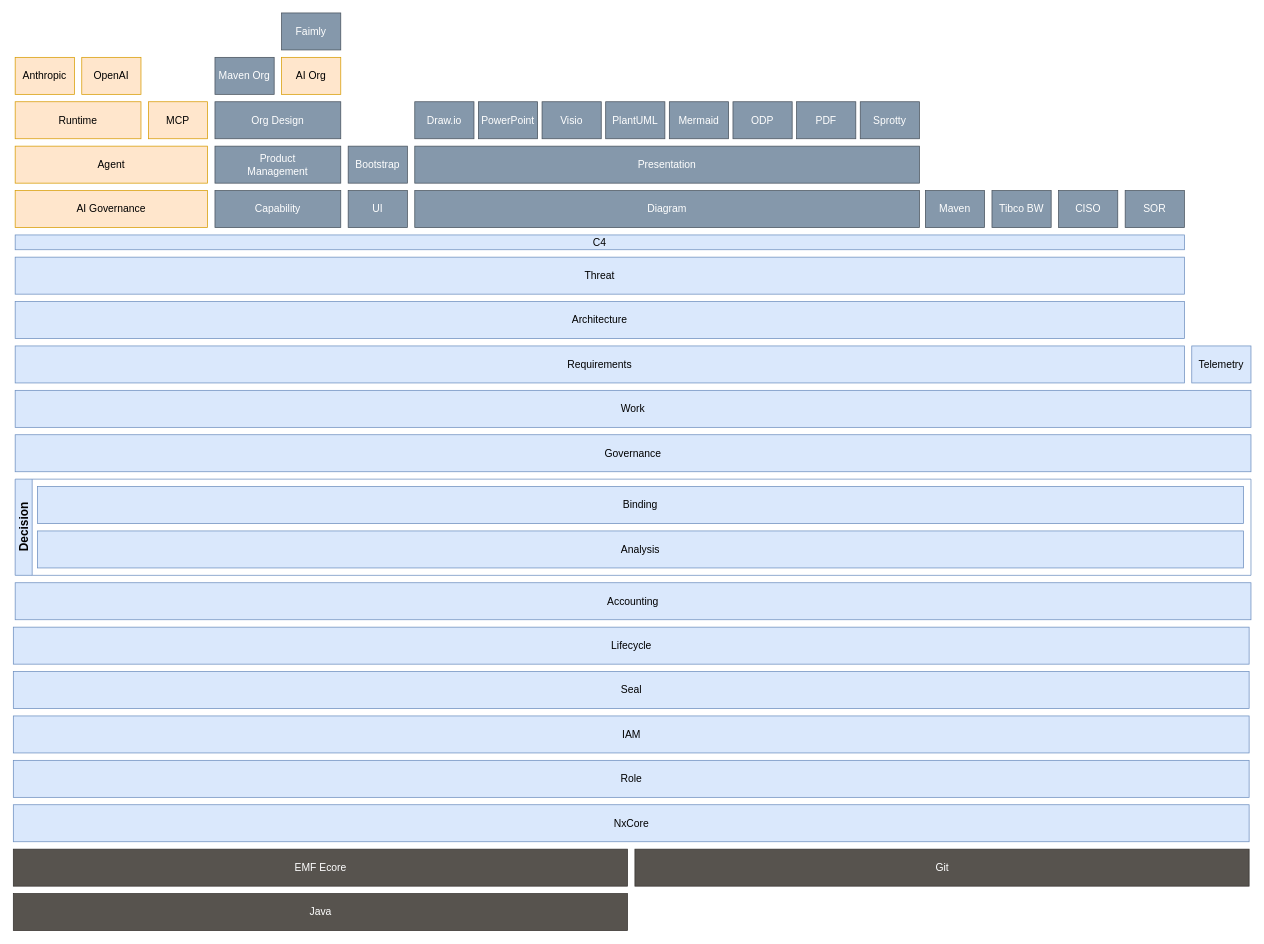
Before: model-tower.drawio in Nasdanika/nasdanika.com, a draw.io diagram. Source tidied: cells renumbered, new cells numbered last; positions are measured from the earlier drawing's top-left corner, leaving out a move shared by most shapes. Both pictures are drawn from the tidied source at 74%, with x=0, y=0 at pixel (13, 13).
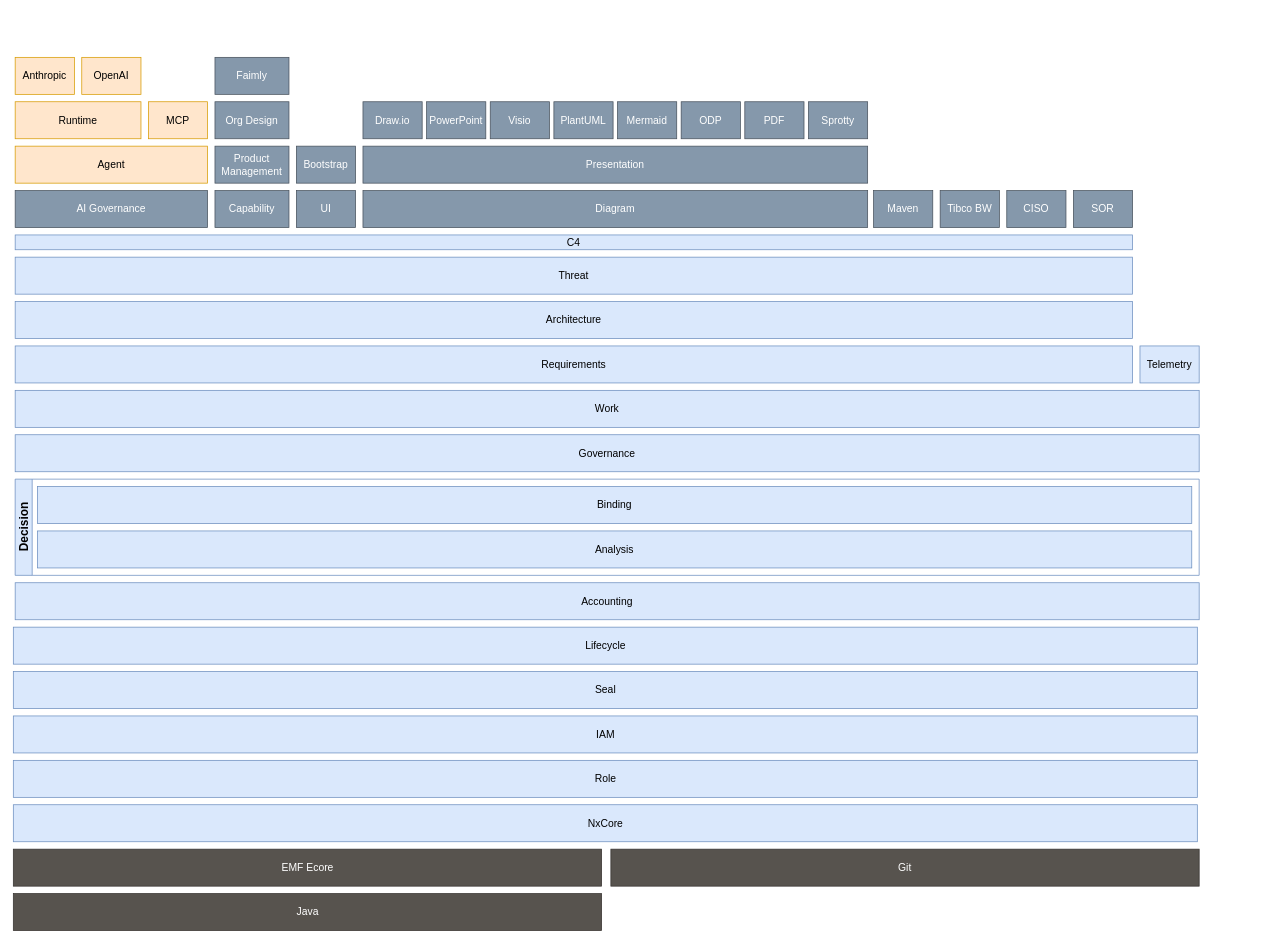
The same diagram, later.

Commit message (it also covers changes not shown here):
Tower refinement

What changed in the source:
```diff
@@
     <mxCell id="2" value="NxCore" style="rounded=0;whiteSpace=wrap;html=1;fillColor=#dae8fc;strokeColor=#6c8ebf;fontSize=14;" parent="1" vertex="1">
-      <mxGeometry x="-0.5" y="1070" width="1670" height="50" as="geometry" />
+      <mxGeometry x="-0.5" y="1070" width="1600" height="50" as="geometry" />
     </mxCell>
     <mxCell id="3" value="Role" style="rounded=0;whiteSpace=wrap;html=1;fillColor=#dae8fc;strokeColor=#6c8ebf;fontSize=14;" parent="1" vertex="1">
-      <mxGeometry x="-0.5" y="1010" width="1670" height="50" as="geometry" />
+      <mxGeometry x="-0.5" y="1010" width="1600" height="50" as="geometry" />
     </mxCell>
     <mxCell id="4" value="IAM" style="rounded=0;whiteSpace=wrap;html=1;fillColor=#dae8fc;strokeColor=#6c8ebf;fontSize=14;" parent="1" vertex="1">
-      <mxGeometry x="-0.5" y="950" width="1670" height="50" as="geometry" />
+      <mxGeometry x="-0.5" y="950" width="1600" height="50" as="geometry" />
     </mxCell>
     <mxCell id="5" value="Lifecycle" style="rounded=0;whiteSpace=wrap;html=1;fillColor=#dae8fc;strokeColor=#6c8ebf;fontSize=14;" parent="1" vertex="1">
-      <mxGeometry x="-0.5" y="830" width="1670" height="50" as="geometry" />
+      <mxGeometry x="-0.5" y="830" width="1600" height="50" as="geometry" />
     </mxCell>
     <mxCell id="6" value="Governance" style="rounded=0;whiteSpace=wrap;html=1;fillColor=#dae8fc;strokeColor=#6c8ebf;fontSize=14;" parent="1" vertex="1">
-      <mxGeometry x="2" y="570" width="1670" height="50" as="geometry" />
+      <mxGeometry x="2" y="570" width="1600" height="50" as="geometry" />
     </mxCell>
     <mxCell id="7" value="Work" style="rounded=0;whiteSpace=wrap;html=1;fillColor=#dae8fc;strokeColor=#6c8ebf;fontSize=14;" parent="1" vertex="1">
-      <mxGeometry x="2" y="510" width="1670" height="50" as="geometry" />
+      <mxGeometry x="2" y="510" width="1600" height="50" as="geometry" />
     </mxCell>
     <mxCell id="8" value="Architecture" style="rounded=0;whiteSpace=wrap;html=1;fillColor=#dae8fc;strokeColor=#6c8ebf;fontSize=14;" parent="1" vertex="1">
-      <mxGeometry x="2" y="390" width="1580" height="50" as="geometry" />
+      <mxGeometry x="2" y="390" width="1510" height="50" as="geometry" />
     </mxCell>
     <mxCell id="9" value="Threat" style="rounded=0;whiteSpace=wrap;html=1;fillColor=#dae8fc;strokeColor=#6c8ebf;fontSize=14;" parent="1" vertex="1">
-      <mxGeometry x="2" y="330" width="1580" height="50" as="geometry" />
+      <mxGeometry x="2" y="330" width="1510" height="50" as="geometry" />
     </mxCell>
-    <mxCell id="10" value="Org Design" style="rounded=0;whiteSpace=wrap;html=1;fillColor=#8598AB;strokeColor=#47515C;fontColor=#FFFFFF;fontSize=14;" parent="1" vertex="1">
-      <mxGeometry x="272" y="120" width="170" height="50" as="geometry" />
+    <mxCell id="10" value="Org Design" style="rounded=0;whiteSpace=wrap;html=1;fillColor=#8598AB;strokeColor=#47515C;fontSize=14;align=center;verticalAlign=middle;fontFamily=Helvetica;fontColor=#FFFFFF;" parent="1" vertex="1">
+      <mxGeometry x="272" y="120" width="100" height="50" as="geometry" />
     </mxCell>
@@
     <mxCell id="16" value="UI" style="rounded=0;whiteSpace=wrap;html=1;fillColor=#8598AB;strokeColor=#47515C;fontColor=#FFFFFF;fontSize=14;" parent="1" vertex="1">
-      <mxGeometry x="452" y="240" width="80" height="50" as="geometry" />
+      <mxGeometry x="382" y="240" width="80" height="50" as="geometry" />
     </mxCell>
     <mxCell id="17" value="Bootstrap" style="rounded=0;whiteSpace=wrap;html=1;fillColor=#8598AB;strokeColor=#47515C;fontColor=#FFFFFF;fontSize=14;" parent="1" vertex="1">
-      <mxGeometry x="452" y="180" width="80" height="50" as="geometry" />
+      <mxGeometry x="382" y="180" width="80" height="50" as="geometry" />
     </mxCell>
     <mxCell id="18" value="Capability" style="rounded=0;whiteSpace=wrap;html=1;fillColor=#8598AB;strokeColor=#47515C;fontColor=#FFFFFF;fontSize=14;" parent="1" vertex="1">
-      <mxGeometry x="272" y="240" width="170" height="50" as="geometry" />
+      <mxGeometry x="272" y="240" width="100" height="50" as="geometry" />
     </mxCell>
     <mxCell id="19" value="Product&lt;div&gt;Management&lt;/div&gt;" style="rounded=0;whiteSpace=wrap;html=1;fillColor=#8598AB;strokeColor=#47515C;fontColor=#FFFFFF;fontSize=14;" parent="1" vertex="1">
-      <mxGeometry x="272" y="180" width="170" height="50" as="geometry" />
+      <mxGeometry x="272" y="180" width="100" height="50" as="geometry" />
     </mxCell>
     <mxCell id="20" value="Diagram" style="rounded=0;whiteSpace=wrap;html=1;fillColor=#8598AB;strokeColor=#47515C;fontColor=#FFFFFF;fontSize=14;" parent="1" vertex="1">
-      <mxGeometry x="542" y="240" width="682" height="50" as="geometry" />
+      <mxGeometry x="472" y="240" width="682" height="50" as="geometry" />
     </mxCell>
     <mxCell id="21" value="Sprotty" style="rounded=0;whiteSpace=wrap;html=1;fillColor=#8598AB;strokeColor=#47515C;fontColor=#FFFFFF;fontSize=14;" parent="1" vertex="1">
-      <mxGeometry x="1144" y="120" width="80" height="50" as="geometry" />
+      <mxGeometry x="1074" y="120" width="80" height="50" as="geometry" />
     </mxCell>
     <mxCell id="22" value="Presentation" style="rounded=0;whiteSpace=wrap;html=1;fillColor=#8598AB;strokeColor=#47515C;fontColor=#FFFFFF;fontSize=14;" parent="1" vertex="1">
-      <mxGeometry x="542" y="180" width="682" height="50" as="geometry" />
+      <mxGeometry x="472" y="180" width="682" height="50" as="geometry" />
     </mxCell>
     <mxCell id="23" value="Draw.io" style="rounded=0;whiteSpace=wrap;html=1;fillColor=#8598AB;strokeColor=#47515C;fontColor=#FFFFFF;fontSize=14;" parent="1" vertex="1">
-      <mxGeometry x="542" y="120" width="80" height="50" as="geometry" />
+      <mxGeometry x="472" y="120" width="80" height="50" as="geometry" />
     </mxCell>
     <mxCell id="24" value="PowerPoint" style="rounded=0;whiteSpace=wrap;html=1;fillColor=#8598AB;strokeColor=#47515C;fontColor=#FFFFFF;fontSize=14;" parent="1" vertex="1">
-      <mxGeometry x="628" y="120" width="80" height="50" as="geometry" />
+      <mxGeometry x="558" y="120" width="80" height="50" as="geometry" />
     </mxCell>
     <mxCell id="25" value="PlantUML" style="rounded=0;whiteSpace=wrap;html=1;fillColor=#8598AB;strokeColor=#47515C;fontColor=#FFFFFF;fontSize=14;" parent="1" vertex="1">
-      <mxGeometry x="800" y="120" width="80" height="50" as="geometry" />
+      <mxGeometry x="730" y="120" width="80" height="50" as="geometry" />
     </mxCell>
     <mxCell id="26" value="ODP" style="rounded=0;whiteSpace=wrap;html=1;fillColor=#8598AB;strokeColor=#47515C;fontColor=#FFFFFF;fontSize=14;" parent="1" vertex="1">
-      <mxGeometry x="972" y="120" width="80" height="50" as="geometry" />
+      <mxGeometry x="902" y="120" width="80" height="50" as="geometry" />
     </mxCell>
     <mxCell id="27" value="Visio" style="rounded=0;whiteSpace=wrap;html=1;fillColor=#8598AB;strokeColor=#47515C;fontColor=#FFFFFF;fontSize=14;" parent="1" vertex="1">
-      <mxGeometry x="714" y="120" width="80" height="50" as="geometry" />
+      <mxGeometry x="644" y="120" width="80" height="50" as="geometry" />
     </mxCell>
-    <mxCell id="28" value="AI&amp;nbsp;&lt;span style=&quot;background-color: transparent; color: light-dark(rgb(0, 0, 0), rgb(255, 255, 255));&quot;&gt;Governance&lt;/span&gt;" style="rounded=0;whiteSpace=wrap;html=1;fillColor=#ffe6cc;strokeColor=#d79b00;fontSize=14;" parent="1" vertex="1">
+    <mxCell id="28" value="AI Governance" style="rounded=0;whiteSpace=wrap;html=1;fillColor=#8598AB;strokeColor=#47515C;fontSize=14;align=center;verticalAlign=middle;fontFamily=Helvetica;fontColor=#FFFFFF;" parent="1" vertex="1">
       <mxGeometry x="2" y="240" width="260" height="50" as="geometry" />
     </mxCell>
     <mxCell id="29" value="PDF" style="rounded=0;whiteSpace=wrap;html=1;fillColor=#8598AB;strokeColor=#47515C;fontColor=#FFFFFF;fontSize=14;" parent="1" vertex="1">
-      <mxGeometry x="1058" y="120" width="80" height="50" as="geometry" />
+      <mxGeometry x="988" y="120" width="80" height="50" as="geometry" />
     </mxCell>
     <mxCell id="30" value="Git" style="rounded=0;whiteSpace=wrap;html=1;fillColor=#57534E;fontColor=#ffffff;strokeColor=#363330;fontSize=14;" parent="1" vertex="1">
-      <mxGeometry x="839.5" y="1130" width="830" height="50" as="geometry" />
+      <mxGeometry x="807" y="1130" width="795" height="50" as="geometry" />
     </mxCell>
     <mxCell id="31" value="Seal" style="rounded=0;whiteSpace=wrap;html=1;fillColor=#dae8fc;strokeColor=#6c8ebf;fontSize=14;" parent="1" vertex="1">
-      <mxGeometry x="-0.5" y="890" width="1670" height="50" as="geometry" />
+      <mxGeometry x="-0.5" y="890" width="1600" height="50" as="geometry" />
     </mxCell>
     <mxCell id="32" value="Maven" style="rounded=0;whiteSpace=wrap;html=1;fillColor=#8598AB;strokeColor=#47515C;fontColor=#FFFFFF;fontSize=14;" parent="1" vertex="1">
-      <mxGeometry x="1232" y="240" width="80" height="50" as="geometry" />
+      <mxGeometry x="1162" y="240" width="80" height="50" as="geometry" />
     </mxCell>
-    <mxCell id="33" value="Maven Org" style="rounded=0;whiteSpace=wrap;html=1;fillColor=#8598AB;strokeColor=#47515C;fontColor=#FFFFFF;fontSize=14;" parent="1" vertex="1">
-      <mxGeometry x="272" y="60" width="80" height="50" as="geometry" />
-    </mxCell>
     <mxCell id="34" value="EMF Ecore" style="rounded=0;whiteSpace=wrap;html=1;fillColor=#57534E;fontColor=#ffffff;strokeColor=#363330;fontSize=14;" parent="1" vertex="1">
-      <mxGeometry x="-0.5" y="1130" width="830" height="50" as="geometry" />
+      <mxGeometry x="-0.5" y="1130" width="795" height="50" as="geometry" />
     </mxCell>
     <mxCell id="35" value="Java" style="rounded=0;whiteSpace=wrap;html=1;fillColor=#57534E;fontColor=#ffffff;strokeColor=#363330;fontSize=14;" parent="1" vertex="1">
-      <mxGeometry x="-0.5" y="1190" width="830" height="50" as="geometry" />
+      <mxGeometry x="-0.5" y="1190" width="795" height="50" as="geometry" />
     </mxCell>
-    <mxCell id="36" value="AI&amp;nbsp;&lt;span style=&quot;background-color: transparent; color: light-dark(rgb(0, 0, 0), rgb(255, 255, 255));&quot;&gt;Org&lt;/span&gt;" style="rounded=0;whiteSpace=wrap;html=1;fillColor=#ffe6cc;strokeColor=#d79b00;fontSize=14;" parent="1" vertex="1">
-      <mxGeometry x="362" y="60" width="80" height="50" as="geometry" />
-    </mxCell>
     <mxCell id="37" value="Tibco BW" style="rounded=0;whiteSpace=wrap;html=1;fillColor=#8598AB;strokeColor=#47515C;fontColor=#FFFFFF;fontSize=14;" parent="1" vertex="1">
-      <mxGeometry x="1322" y="240" width="80" height="50" as="geometry" />
+      <mxGeometry x="1252" y="240" width="80" height="50" as="geometry" />
     </mxCell>
     <mxCell id="38" value="SOR" style="rounded=0;whiteSpace=wrap;html=1;fillColor=#8598AB;strokeColor=#47515C;fontColor=#FFFFFF;fontSize=14;" parent="1" vertex="1">
-      <mxGeometry x="1502" y="240" width="80" height="50" as="geometry" />
+      <mxGeometry x="1432" y="240" width="80" height="50" as="geometry" />
     </mxCell>
     <mxCell id="39" value="CISO" style="rounded=0;whiteSpace=wrap;html=1;fillColor=#8598AB;strokeColor=#47515C;fontColor=#FFFFFF;fontSize=14;" parent="1" vertex="1">
-      <mxGeometry x="1412" y="240" width="80" height="50" as="geometry" />
+      <mxGeometry x="1342" y="240" width="80" height="50" as="geometry" />
     </mxCell>
     <mxCell id="40" value="Decision" style="swimlane;horizontal=0;whiteSpace=wrap;html=1;fillColor=#dae8fc;strokeColor=#6c8ebf;fontSize=16;" parent="1" vertex="1">
-      <mxGeometry x="2" y="630" width="1670" height="130" as="geometry" />
+      <mxGeometry x="2" y="630" width="1600" height="130" as="geometry" />
     </mxCell>
     <mxCell id="41" value="Analysis" style="rounded=0;whiteSpace=wrap;html=1;fillColor=#dae8fc;strokeColor=#6c8ebf;fontSize=14;" parent="40" vertex="1">
-      <mxGeometry x="30" y="70" width="1630" height="50" as="geometry" />
+      <mxGeometry x="30" y="70" width="1560" height="50" as="geometry" />
     </mxCell>
     <mxCell id="42" value="Binding" style="rounded=0;whiteSpace=wrap;html=1;fillColor=#dae8fc;strokeColor=#6c8ebf;fontSize=14;" parent="40" vertex="1">
-      <mxGeometry x="30" y="10" width="1630" height="50" as="geometry" />
+      <mxGeometry x="30" y="10" width="1560" height="50" as="geometry" />
     </mxCell>
     <mxCell id="43" value="Requirements" style="rounded=0;whiteSpace=wrap;html=1;fillColor=#dae8fc;strokeColor=#6c8ebf;fontSize=14;" parent="1" vertex="1">
-      <mxGeometry x="2" y="450" width="1580" height="50" as="geometry" />
+      <mxGeometry x="2" y="450" width="1510" height="50" as="geometry" />
     </mxCell>
     <mxCell id="44" value="Accounting" style="rounded=0;whiteSpace=wrap;html=1;fillColor=#dae8fc;strokeColor=#6c8ebf;fontSize=14;" parent="1" vertex="1">
-      <mxGeometry x="2" y="770" width="1670" height="50" as="geometry" />
+      <mxGeometry x="2" y="770" width="1600" height="50" as="geometry" />
     </mxCell>
     <mxCell id="45" value="C4" style="rounded=0;whiteSpace=wrap;html=1;fillColor=#dae8fc;strokeColor=#6c8ebf;fontSize=14;" parent="1" vertex="1">
-      <mxGeometry x="2" y="300" width="1580" height="20" as="geometry" />
+      <mxGeometry x="2" y="300" width="1510" height="20" as="geometry" />
     </mxCell>
     <mxCell id="46" value="Telemetry" style="rounded=0;whiteSpace=wrap;html=1;fillColor=#dae8fc;strokeColor=#6c8ebf;fontSize=14;" parent="1" vertex="1">
-      <mxGeometry x="1592" y="450" width="80" height="50" as="geometry" />
+      <mxGeometry x="1522" y="450" width="80" height="50" as="geometry" />
     </mxCell>
     <mxCell id="47" value="Mermaid" style="rounded=0;whiteSpace=wrap;html=1;fillColor=#8598AB;strokeColor=#47515C;fontColor=#FFFFFF;fontSize=14;" parent="1" vertex="1">
-      <mxGeometry x="886" y="120" width="80" height="50" as="geometry" />
+      <mxGeometry x="816" y="120" width="80" height="50" as="geometry" />
     </mxCell>
-    <mxCell id="48" value="Faimly" style="rounded=0;whiteSpace=wrap;html=1;fillColor=#8598AB;strokeColor=#47515C;fontColor=#FFFFFF;fontSize=14;" parent="1" vertex="1">
-      <mxGeometry x="362" width="80" height="50" as="geometry" />
+    <mxCell id="48" value="Faimly" style="rounded=0;whiteSpace=wrap;html=1;fillColor=#8598AB;strokeColor=#47515C;fontSize=14;align=center;verticalAlign=middle;fontFamily=Helvetica;fontColor=#FFFFFF;" parent="1" vertex="1">
+      <mxGeometry x="272" y="60" width="100" height="50" as="geometry" />
     </mxCell>
```
